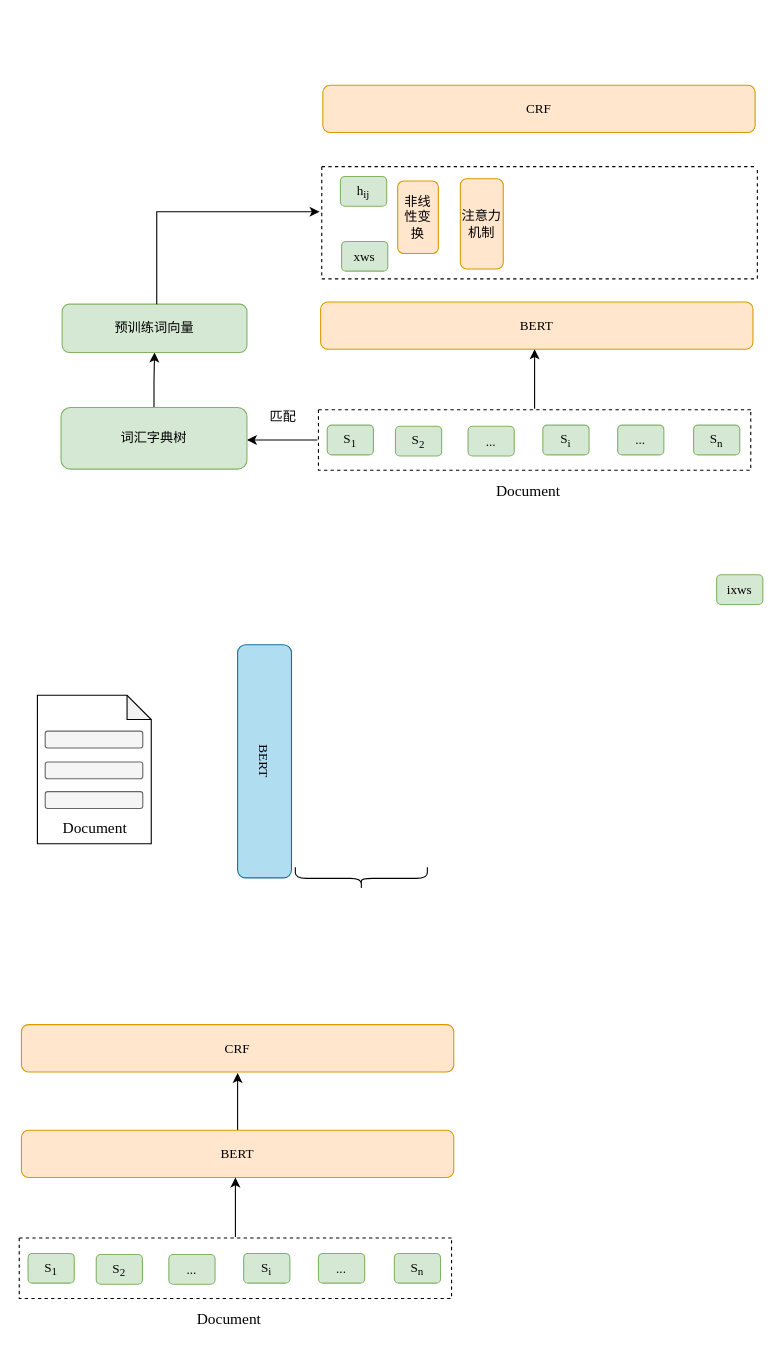
Before: page "第 2 页" (2 of 2) of 模型架构图.drawio in WindSearcher/draw_reposity, a draw.io diagram. Source tidied: cells renumbered, new cells numbered last; positions are measured from the earlier drawing's top-left corner, leaving out a move shared by most shapes. Both pictures are drawn from the tidied source at 110%, with x=0, y=0 at pixel (19, 85).
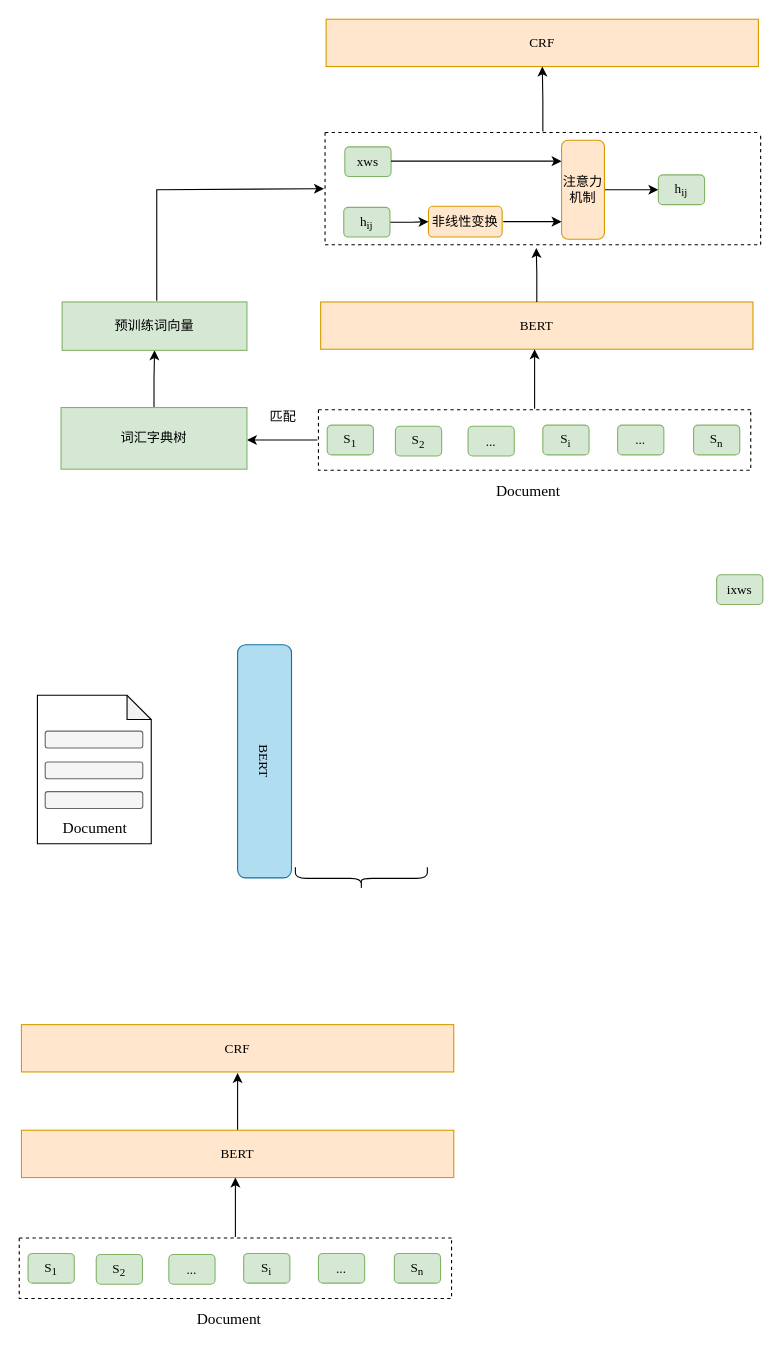
After the change.

Commit message:
模型架构图.drawio

Change to the diagram source:
```diff
@@
-    <mxCell id="9" value="&lt;font face=&quot;Times New Roman&quot;&gt;BERT&lt;/font&gt;" style="rounded=1;whiteSpace=wrap;html=1;fillColor=#ffe6cc;strokeColor=#d79b00;rotation=0;" parent="1" vertex="1">
+    <mxCell id="9" value="&lt;font face=&quot;Times New Roman&quot;&gt;BERT&lt;/font&gt;" style="rounded=0;whiteSpace=wrap;html=1;fillColor=#ffe6cc;strokeColor=#d79b00;rotation=0;" parent="1" vertex="1">
       <mxGeometry x="2" y="950" width="393" height="43" as="geometry" />
     </mxCell>
@@
-    <mxCell id="20" value="&lt;font face=&quot;Times New Roman&quot;&gt;CRF&lt;/font&gt;" style="rounded=1;whiteSpace=wrap;html=1;fillColor=#ffe6cc;strokeColor=#d79b00;rotation=0;" parent="1" vertex="1">
+    <mxCell id="20" value="&lt;font face=&quot;Times New Roman&quot;&gt;CRF&lt;/font&gt;" style="rounded=0;whiteSpace=wrap;html=1;fillColor=#ffe6cc;strokeColor=#d79b00;rotation=0;" parent="1" vertex="1">
       <mxGeometry x="2" y="854" width="393" height="43" as="geometry" />
     </mxCell>
@@
-    <mxCell id="22" value="&lt;font face=&quot;Times New Roman&quot;&gt;BERT&lt;/font&gt;" style="rounded=1;whiteSpace=wrap;html=1;fillColor=#ffe6cc;strokeColor=#d79b00;rotation=0;" parent="1" vertex="1">
+    <mxCell id="22" value="&lt;font face=&quot;Times New Roman&quot;&gt;BERT&lt;/font&gt;" style="rounded=0;whiteSpace=wrap;html=1;fillColor=#ffe6cc;strokeColor=#d79b00;rotation=0;" parent="1" vertex="1">
       <mxGeometry x="274" y="197" width="393" height="43" as="geometry" />
     </mxCell>
@@
-    <mxCell id="32" value="&lt;font face=&quot;Times New Roman&quot;&gt;CRF&lt;/font&gt;" style="rounded=1;whiteSpace=wrap;html=1;fillColor=#ffe6cc;strokeColor=#d79b00;rotation=0;" parent="1" vertex="1">
-      <mxGeometry x="276" width="393" height="43" as="geometry" />
+    <mxCell id="32" value="&lt;font face=&quot;Times New Roman&quot;&gt;CRF&lt;/font&gt;" style="rounded=0;whiteSpace=wrap;html=1;fillColor=#ffe6cc;strokeColor=#d79b00;rotation=0;" parent="1" vertex="1">
+      <mxGeometry x="279" y="-60" width="393" height="43" as="geometry" />
     </mxCell>
@@
-    <mxCell id="34" value="&lt;font face=&quot;Times New Roman&quot;&gt;词汇字典树&lt;/font&gt;" style="rounded=1;whiteSpace=wrap;html=1;fillColor=#d5e8d4;strokeColor=#82b366;rotation=0;" parent="1" vertex="1">
+    <mxCell id="34" value="&lt;font face=&quot;Times New Roman&quot;&gt;词汇字典树&lt;/font&gt;" style="rounded=0;whiteSpace=wrap;html=1;fillColor=#d5e8d4;strokeColor=#82b366;rotation=0;" parent="1" vertex="1">
       <mxGeometry x="38" y="293" width="169" height="56" as="geometry" />
     </mxCell>
@@
+    <mxCell id="44" style="edgeStyle=orthogonalEdgeStyle;rounded=0;jettySize=auto;html=1;entryX=0.5;entryY=1;entryDx=0;entryDy=0;" parent="1" edge="1" source="36" target="32">
+      <mxGeometry relative="1" as="geometry" />
+    </mxCell>
     <mxCell id="36" style="swimlane;startSize=0;fontFamily=Times New Roman;fontSize=1;fontStyle=0;strokeColor=#000000;dashed=1;perimeterSpacing=1;fillColor=#f8cecc;gradientColor=#ea6b66;swimlaneLine=1;" parent="1" vertex="1">
-      <mxGeometry x="275" y="74" width="396" height="102" as="geometry" />
+      <mxGeometry x="278" y="43" width="396" height="102" as="geometry" />
     </mxCell>
     <mxCell id="37" value="&lt;font face=&quot;Times New Roman&quot;&gt;非线性变换&lt;/font&gt;" style="rounded=1;whiteSpace=wrap;html=1;fillColor=#ffe6cc;strokeColor=#d79b00;rotation=0;" parent="36" vertex="1">
-      <mxGeometry x="69" y="13" width="37" height="66" as="geometry" />
+      <mxGeometry x="94" y="67" width="67" height="28" as="geometry" />
     </mxCell>
+    <mxCell id="45" style="edgeStyle=orthogonalEdgeStyle;rounded=0;jettySize=auto;html=1;entryX=0;entryY=0.5;entryDx=0;entryDy=0;" parent="36" edge="1" source="38" target="49">
+      <mxGeometry relative="1" as="geometry" />
+    </mxCell>
     <mxCell id="38" value="&lt;font face=&quot;Times New Roman&quot;&gt;注意力机制&lt;/font&gt;" style="rounded=1;whiteSpace=wrap;html=1;fillColor=#ffe6cc;strokeColor=#d79b00;rotation=0;" parent="36" vertex="1">
-      <mxGeometry x="126" y="11" width="39" height="82" as="geometry" />
+      <mxGeometry x="215" y="7" width="39" height="90" as="geometry" />
     </mxCell>
     <mxCell id="39" value="&lt;font face=&quot;Times New Roman&quot;&gt;xws&lt;/font&gt;" style="rounded=1;whiteSpace=wrap;html=1;fillColor=#d5e8d4;strokeColor=#82b366;" parent="36" vertex="1">
-      <mxGeometry x="18" y="68" width="42" height="27" as="geometry" />
+      <mxGeometry x="18" y="13" width="42" height="27" as="geometry" />
     </mxCell>
+    <mxCell id="46" style="edgeStyle=orthogonalEdgeStyle;rounded=0;jettySize=auto;html=1;" parent="36" edge="1" source="40" target="37">
+      <mxGeometry relative="1" as="geometry" />
+    </mxCell>
     <mxCell id="40" value="&lt;font face=&quot;Times New Roman&quot;&gt;h&lt;sub&gt;ij&lt;/sub&gt;&lt;/font&gt;" style="rounded=1;whiteSpace=wrap;html=1;fillColor=#d5e8d4;strokeColor=#82b366;" parent="36" vertex="1">
-      <mxGeometry x="17" y="9" width="42" height="27" as="geometry" />
+      <mxGeometry x="17" y="68" width="42" height="27" as="geometry" />
     </mxCell>
+    <mxCell id="47" style="edgeStyle=orthogonalEdgeStyle;rounded=0;jettySize=auto;html=1;" parent="36" edge="1" source="39">
+      <mxGeometry relative="1" as="geometry">
+        <mxPoint x="215" y="26" as="targetPoint" />
+      </mxGeometry>
+    </mxCell>
+    <mxCell id="48" style="edgeStyle=orthogonalEdgeStyle;rounded=0;orthogonalLoop=1;jettySize=auto;html=1;" parent="36" edge="1">
+      <mxGeometry relative="1" as="geometry">
+        <mxPoint x="162" y="81" as="sourcePoint" />
+        <mxPoint x="215" y="81" as="targetPoint" />
+      </mxGeometry>
+    </mxCell>
+    <mxCell id="49" value="&lt;font face=&quot;Times New Roman&quot;&gt;h&lt;sub&gt;ij&lt;/sub&gt;&lt;/font&gt;" style="rounded=1;whiteSpace=wrap;html=1;fillColor=#d5e8d4;strokeColor=#82b366;" parent="36" vertex="1">
+      <mxGeometry x="303" y="38.5" width="42" height="27" as="geometry" />
+    </mxCell>
-    <mxCell id="41" value="&lt;font face=&quot;Times New Roman&quot;&gt;预训练词向量&lt;/font&gt;" style="rounded=1;whiteSpace=wrap;html=1;fillColor=#d5e8d4;strokeColor=#82b366;rotation=0;" parent="1" vertex="1">
-      <mxGeometry x="39" y="199" width="168" height="44" as="geometry" />
+    <mxCell id="41" value="&lt;font face=&quot;Times New Roman&quot;&gt;预训练词向量&lt;/font&gt;" style="rounded=0;whiteSpace=wrap;html=1;fillColor=#d5e8d4;strokeColor=#82b366;rotation=0;" parent="1" vertex="1">
+      <mxGeometry x="39" y="197" width="168" height="44" as="geometry" />
     </mxCell>
-    <mxCell id="42" style="edgeStyle=orthogonalEdgeStyle;rounded=0;orthogonalLoop=1;jettySize=auto;html=1;" parent="1" edge="1">
+    <mxCell id="42" style="edgeStyle=orthogonalEdgeStyle;rounded=0;jettySize=auto;html=1;entryX=0;entryY=0.5;entryDx=0;entryDy=0;" parent="1" edge="1" target="36">
       <mxGeometry relative="1" as="geometry">
-        <mxPoint x="125" y="199" as="sourcePoint" />
-        <mxPoint x="273" y="115" as="targetPoint" />
+        <mxPoint x="125" y="196" as="sourcePoint" />
         <Array as="points">
-          <mxPoint x="125" y="115" />
+          <mxPoint x="125" y="95" />
         </Array>
       </mxGeometry>
     </mxCell>
@@
+    <mxCell id="50" style="edgeStyle=orthogonalEdgeStyle;rounded=0;jettySize=auto;html=1;entryX=0.485;entryY=1.019;entryDx=0;entryDy=0;entryPerimeter=0;" parent="1" edge="1" source="22" target="36">
+      <mxGeometry relative="1" as="geometry" />
+    </mxCell>
```
